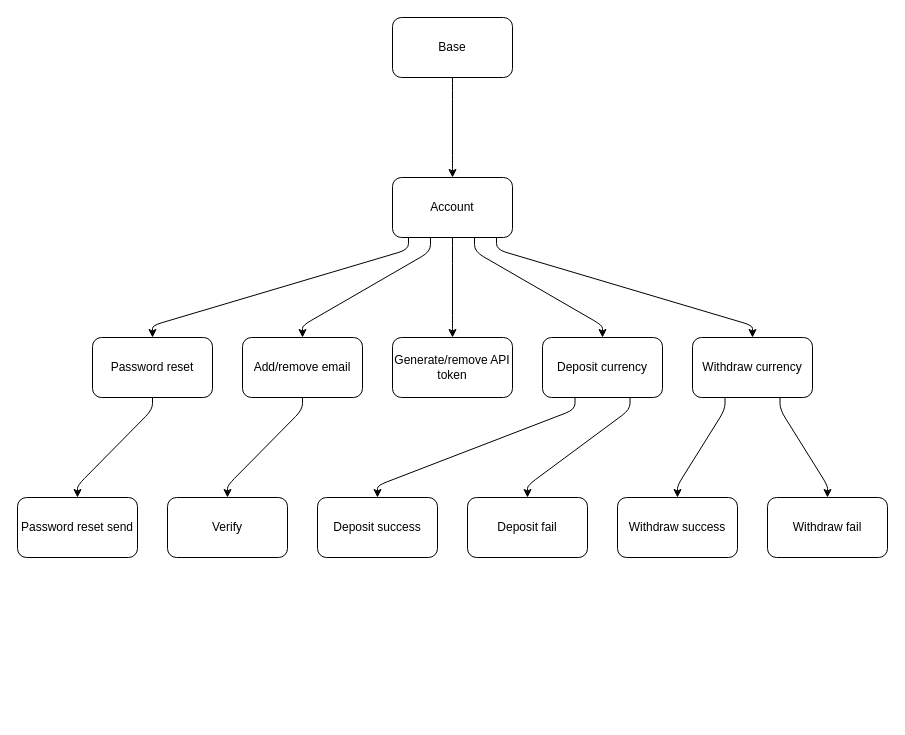
Before: page "Account" (2 of 2) of Designs.drawio in proficientcoder/public_exchange, a draw.io diagram. Source tidied: cells renumbered, new cells numbered last; positions are measured from the earlier drawing's top-left corner, leaving out a move shared by most shapes. Both pictures are drawn from the tidied source at 100%, with x=0, y=0 at pixel (17, 17).
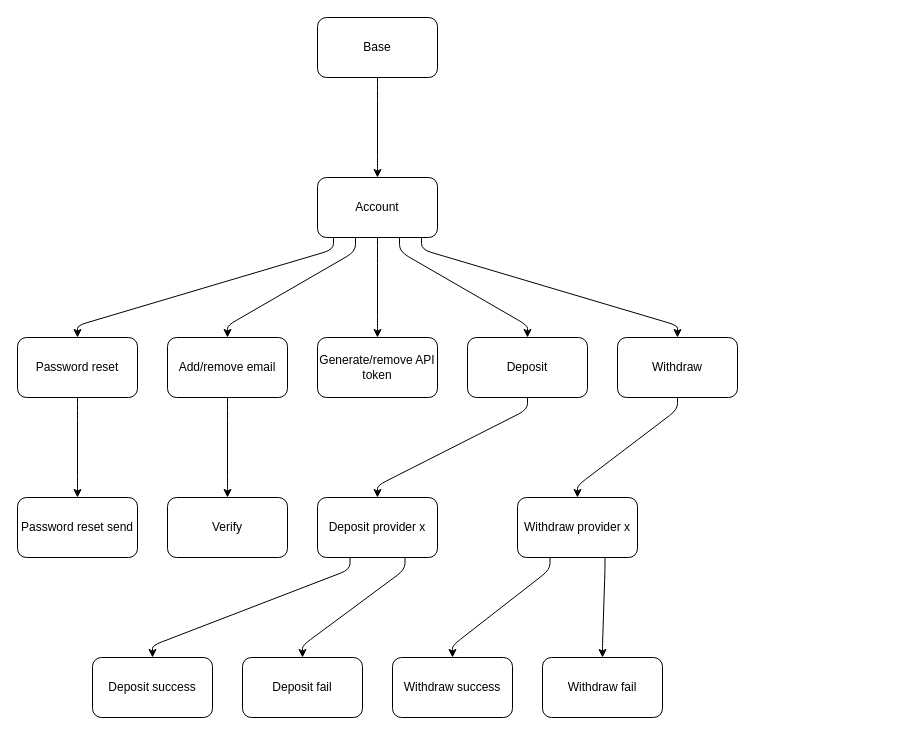
The same page after the edit.

Unchanged cells that the change refers to:
```xml
<mxCell id="4" value="Password reset send" style="rounded=1;whiteSpace=wrap;html=1;" parent="1" vertex="1">
  <mxGeometry y="480" width="120" height="60" as="geometry" />
</mxCell>
<mxCell id="10" value="Verify" style="rounded=1;whiteSpace=wrap;html=1;" parent="1" vertex="1">
  <mxGeometry x="150" y="480" width="120" height="60" as="geometry" />
</mxCell>
```

Change to the diagram source:
```diff
@@
     <mxCell id="2" value="Base" style="rounded=1;whiteSpace=wrap;html=1;" parent="1" vertex="1">
-      <mxGeometry x="375" width="120" height="60" as="geometry" />
+      <mxGeometry x="300" width="120" height="60" as="geometry" />
     </mxCell>
     <mxCell id="3" value="Password reset" style="rounded=1;whiteSpace=wrap;html=1;" parent="1" vertex="1">
-      <mxGeometry x="75" y="320" width="120" height="60" as="geometry" />
+      <mxGeometry y="320" width="120" height="60" as="geometry" />
     </mxCell>
@@
     <mxCell id="5" style="endArrow=classic;html=1;noEdgeStyle=1;orthogonal=1;" parent="1" edge="1" source="3" target="4">
       <mxGeometry relative="1" as="geometry">
         <Array as="points">
-          <mxPoint x="135" y="392" />
+          <mxPoint x="60" y="392" />
           <mxPoint x="60" y="468" />
         </Array>
       </mxGeometry>
     </mxCell>
     <mxCell id="6" value="Account" style="rounded=1;whiteSpace=wrap;html=1;" parent="1" vertex="1">
-      <mxGeometry x="375" y="160" width="120" height="60" as="geometry" />
+      <mxGeometry x="300" y="160" width="120" height="60" as="geometry" />
     </mxCell>
     <mxCell id="7" style="endArrow=classic;html=1;noEdgeStyle=1;orthogonal=1;" parent="1" edge="1" source="2" target="6">
       <mxGeometry relative="1" as="geometry">
         <Array as="points">
-          <mxPoint x="435" y="72" />
-          <mxPoint x="435" y="148" />
+          <mxPoint x="360" y="72" />
+          <mxPoint x="360" y="148" />
         </Array>
       </mxGeometry>
     </mxCell>
     <mxCell id="8" style="endArrow=classic;html=1;noEdgeStyle=1;orthogonal=1;" parent="1" edge="1" source="6" target="3">
       <mxGeometry relative="1" as="geometry">
         <Array as="points">
-          <mxPoint x="391" y="232" />
-          <mxPoint x="135" y="308" />
+          <mxPoint x="316" y="232" />
+          <mxPoint x="60" y="308" />
         </Array>
       </mxGeometry>
     </mxCell>
     <mxCell id="9" value="Add/remove email" style="rounded=1;whiteSpace=wrap;html=1;" parent="1" vertex="1">
-      <mxGeometry x="225" y="320" width="120" height="60" as="geometry" />
+      <mxGeometry x="150" y="320" width="120" height="60" as="geometry" />
     </mxCell>
@@
     <mxCell id="11" style="endArrow=classic;html=1;noEdgeStyle=1;orthogonal=1;" parent="1" edge="1" source="6" target="9">
       <mxGeometry relative="1" as="geometry">
         <Array as="points">
-          <mxPoint x="413" y="234" />
-          <mxPoint x="285" y="308" />
+          <mxPoint x="338" y="234" />
+          <mxPoint x="210" y="308" />
         </Array>
       </mxGeometry>
     </mxCell>
     <mxCell id="12" style="endArrow=classic;html=1;noEdgeStyle=1;orthogonal=1;" parent="1" edge="1" source="9" target="10">
       <mxGeometry relative="1" as="geometry">
         <Array as="points">
-          <mxPoint x="285" y="392" />
+          <mxPoint x="210" y="392" />
           <mxPoint x="210" y="468" />
         </Array>
       </mxGeometry>
     </mxCell>
     <mxCell id="13" value="Generate/remove API token" style="rounded=1;whiteSpace=wrap;html=1;" parent="1" vertex="1">
-      <mxGeometry x="375" y="320" width="120" height="60" as="geometry" />
+      <mxGeometry x="300" y="320" width="120" height="60" as="geometry" />
     </mxCell>
     <mxCell id="14" style="endArrow=classic;html=1;noEdgeStyle=1;orthogonal=1;" parent="1" edge="1" source="6" target="13">
       <mxGeometry relative="1" as="geometry">
         <Array as="points">
-          <mxPoint x="435" y="236" />
-          <mxPoint x="435" y="308" />
+          <mxPoint x="360" y="236" />
+          <mxPoint x="360" y="308" />
         </Array>
       </mxGeometry>
     </mxCell>
-    <mxCell id="15" value="Deposit currency" style="rounded=1;whiteSpace=wrap;html=1;" parent="1" vertex="1">
-      <mxGeometry x="525" y="320" width="120" height="60" as="geometry" />
+    <mxCell id="15" value="Deposit provider x" style="rounded=1;whiteSpace=wrap;html=1;" parent="1" vertex="1">
+      <mxGeometry x="300" y="480" width="120" height="60" as="geometry" />
     </mxCell>
-    <mxCell id="16" style="endArrow=classic;html=1;noEdgeStyle=1;orthogonal=1;" parent="1" edge="1" source="6" target="15">
-      <mxGeometry relative="1" as="geometry">
-        <Array as="points">
-          <mxPoint x="457" y="234" />
-          <mxPoint x="585" y="308" />
-        </Array>
-      </mxGeometry>
-    </mxCell>
     <mxCell id="17" value="Deposit success" style="rounded=1;whiteSpace=wrap;html=1;" parent="1" vertex="1">
-      <mxGeometry x="300" y="480" width="120" height="60" as="geometry" />
+      <mxGeometry x="75" y="640" width="120" height="60" as="geometry" />
     </mxCell>
     <mxCell id="18" value="Deposit fail" style="rounded=1;whiteSpace=wrap;html=1;" parent="1" vertex="1">
-      <mxGeometry x="450" y="480" width="120" height="60" as="geometry" />
+      <mxGeometry x="225" y="640" width="120" height="60" as="geometry" />
     </mxCell>
     <mxCell id="19" style="endArrow=classic;html=1;noEdgeStyle=1;orthogonal=1;" parent="1" edge="1" source="15" target="17">
       <mxGeometry relative="1" as="geometry">
         <Array as="points">
-          <mxPoint x="557.5" y="392" />
-          <mxPoint x="360" y="468" />
+          <mxPoint x="332.5" y="552" />
+          <mxPoint x="135" y="628" />
         </Array>
       </mxGeometry>
     </mxCell>
     <mxCell id="20" style="endArrow=classic;html=1;noEdgeStyle=1;orthogonal=1;" parent="1" edge="1" source="15" target="18">
       <mxGeometry relative="1" as="geometry">
         <Array as="points">
-          <mxPoint x="612.5" y="392" />
-          <mxPoint x="510" y="468" />
+          <mxPoint x="387.5" y="552" />
+          <mxPoint x="285" y="628" />
         </Array>
       </mxGeometry>
     </mxCell>
-    <mxCell id="21" value="Withdraw currency" style="rounded=1;whiteSpace=wrap;html=1;" parent="1" vertex="1">
-      <mxGeometry x="675" y="320" width="120" height="60" as="geometry" />
+    <mxCell id="21" value="Withdraw provider x" style="rounded=1;whiteSpace=wrap;html=1;" parent="1" vertex="1">
+      <mxGeometry x="500" y="480" width="120" height="60" as="geometry" />
     </mxCell>
     <mxCell id="22" value="Withdraw success" style="rounded=1;whiteSpace=wrap;html=1;" parent="1" vertex="1">
-      <mxGeometry x="600" y="480" width="120" height="60" as="geometry" />
+      <mxGeometry x="375" y="640" width="120" height="60" as="geometry" />
     </mxCell>
     <mxCell id="23" value="Withdraw fail" style="rounded=1;whiteSpace=wrap;html=1;" parent="1" vertex="1">
-      <mxGeometry x="750" y="480" width="120" height="60" as="geometry" />
+      <mxGeometry x="525" y="640" width="120" height="60" as="geometry" />
     </mxCell>
     <mxCell id="24" style="endArrow=classic;html=1;noEdgeStyle=1;orthogonal=1;" parent="1" edge="1" source="21" target="22">
       <mxGeometry relative="1" as="geometry">
         <Array as="points">
-          <mxPoint x="707.5" y="392" />
-          <mxPoint x="660" y="468" />
+          <mxPoint x="532.5" y="552" />
+          <mxPoint x="435" y="628" />
         </Array>
       </mxGeometry>
     </mxCell>
     <mxCell id="25" style="endArrow=classic;html=1;noEdgeStyle=1;orthogonal=1;" parent="1" edge="1" source="21" target="23">
       <mxGeometry relative="1" as="geometry">
         <Array as="points">
-          <mxPoint x="762.5" y="392" />
-          <mxPoint x="810" y="468" />
+          <mxPoint x="587.5" y="552" />
+          <mxPoint x="585" y="628" />
         </Array>
       </mxGeometry>
     </mxCell>
-    <mxCell id="26" style="endArrow=classic;html=1;noEdgeStyle=1;orthogonal=1;" parent="1" edge="1" source="6" target="21">
-      <mxGeometry relative="1" as="geometry">
-        <Array as="points">
-          <mxPoint x="479" y="232" />
-          <mxPoint x="735" y="308" />
-        </Array>
-      </mxGeometry>
-    </mxCell>
+    <mxCell id="27" value="Deposit" style="rounded=1;whiteSpace=wrap;html=1;" parent="1" vertex="1">
+      <mxGeometry x="450" y="320" width="120" height="60" as="geometry" />
+    </mxCell>
+    <mxCell id="28" value="Withdraw" style="rounded=1;whiteSpace=wrap;html=1;" parent="1" vertex="1">
+      <mxGeometry x="600" y="320" width="120" height="60" as="geometry" />
+    </mxCell>
+    <mxCell id="29" style="endArrow=classic;html=1;noEdgeStyle=1;orthogonal=1;" parent="1" edge="1" source="6" target="27">
+      <mxGeometry relative="1" as="geometry">
+        <Array as="points">
+          <mxPoint x="382" y="234" />
+          <mxPoint x="510" y="308" />
+        </Array>
+      </mxGeometry>
+    </mxCell>
+    <mxCell id="30" style="endArrow=classic;html=1;noEdgeStyle=1;orthogonal=1;" parent="1" edge="1" source="27" target="15">
+      <mxGeometry relative="1" as="geometry">
+        <Array as="points">
+          <mxPoint x="510" y="392" />
+          <mxPoint x="360" y="468" />
+        </Array>
+      </mxGeometry>
+    </mxCell>
+    <mxCell id="31" style="endArrow=classic;html=1;noEdgeStyle=1;orthogonal=1;" parent="1" edge="1" source="28" target="21">
+      <mxGeometry relative="1" as="geometry">
+        <Array as="points">
+          <mxPoint x="660" y="392" />
+          <mxPoint x="560" y="468" />
+        </Array>
+      </mxGeometry>
+    </mxCell>
+    <mxCell id="32" style="endArrow=classic;html=1;noEdgeStyle=1;orthogonal=1;" parent="1" edge="1" source="6" target="28">
+      <mxGeometry relative="1" as="geometry">
+        <Array as="points">
+          <mxPoint x="404" y="232" />
+          <mxPoint x="660" y="308" />
+        </Array>
+      </mxGeometry>
+    </mxCell>
```
